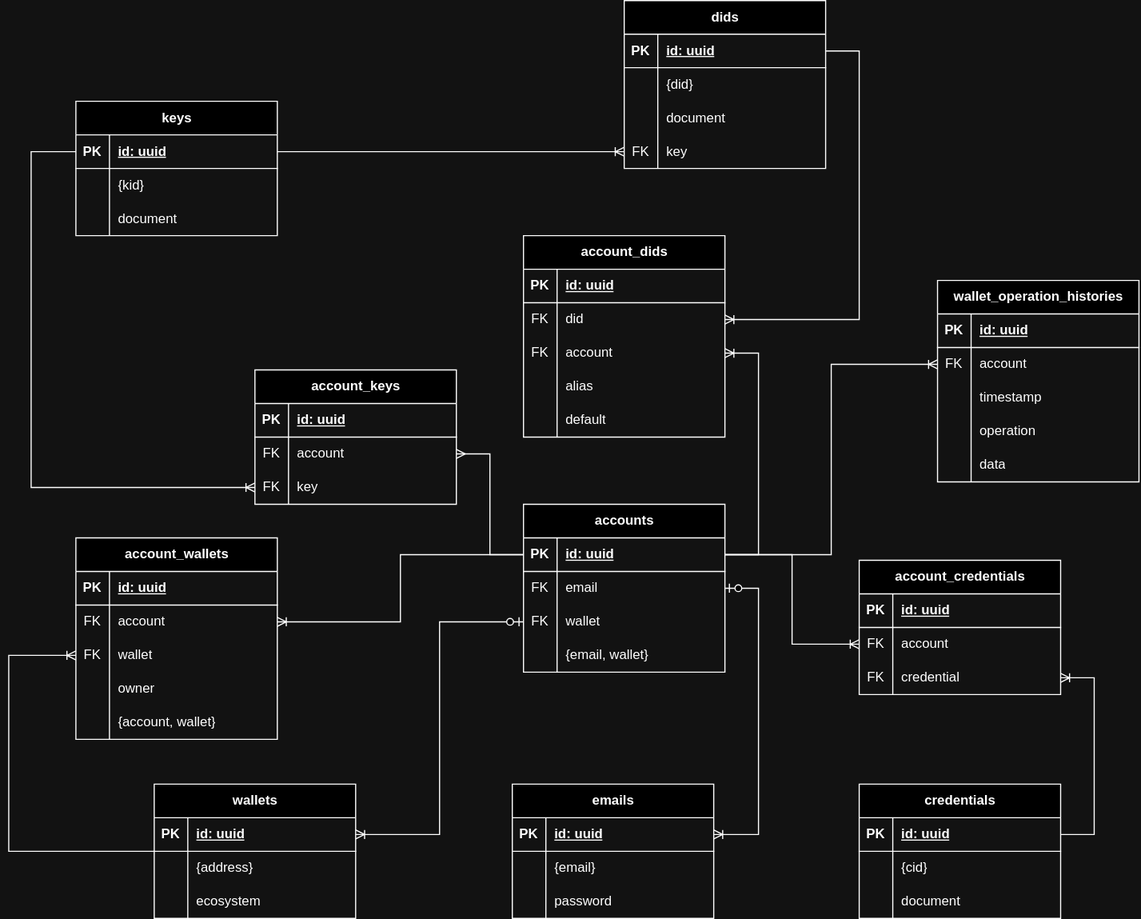
Before: src/main/resources/wallet-erd.drawio.svg, a diagram exported from draw.io (walt-id/waltid-web-wallet). Source tidied: cells renumbered, new cells last; positions are measured from the earlier drawing's top-left corner, leaving out a move shared by most shapes.
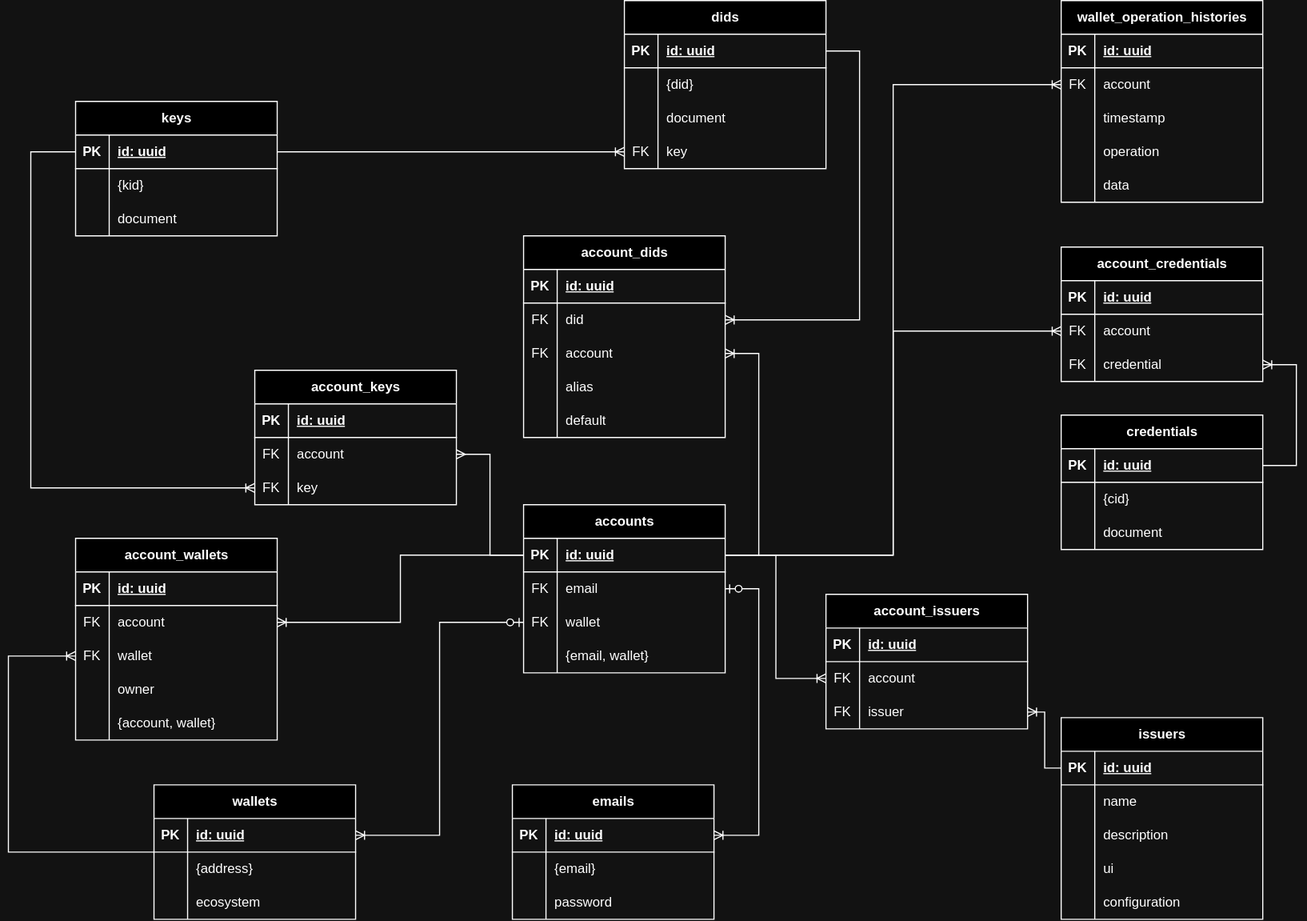
Above is the later version.

The edit, as a diff of the source:
```diff
@@ -132,7 +132,7 @@
       <mxGeometry x="30" width="150" height="30" as="geometry" />
     </mxCell>
     <mxCell id="45" value="credentials" style="shape=table;startSize=30;rowLines=0;fontStyle=1;align=center;html=1;" parent="1" vertex="1">
-      <mxGeometry x="760" y="700" width="180" height="120" as="geometry" />
+      <mxGeometry x="940" y="370" width="180" height="120" as="geometry" />
     </mxCell>
     <mxCell id="46" style="shape=tableRow;horizontal=0;startSize=0;swimlaneHead=0;swimlaneBody=0;fillColor=none;points=[[0,0.5],[1,0.5]];portConstraint=eastwest;top=0;left=0;right=0;bottom=1;" parent="45" vertex="1">
       <mxGeometry y="30" width="180" height="30" as="geometry" />
@@ -162,7 +162,7 @@
       <mxGeometry x="30" width="150" height="30" as="geometry" />
     </mxCell>
     <mxCell id="55" value="wallet_operation_histories" style="shape=table;startSize=30;rowLines=0;fontStyle=1;align=center;html=1;" parent="1" vertex="1">
-      <mxGeometry x="830" y="250" width="180" height="180" as="geometry" />
+      <mxGeometry x="940" width="180" height="180" as="geometry" />
     </mxCell>
     <mxCell id="56" style="shape=tableRow;horizontal=0;startSize=0;swimlaneHead=0;swimlaneBody=0;fillColor=none;top=0;left=0;right=0;bottom=1;" parent="55" vertex="1">
       <mxGeometry y="30" width="180" height="30" as="geometry" />
@@ -375,7 +375,7 @@
       <mxGeometry x="30" width="150" height="30" as="geometry" />
     </mxCell>
     <mxCell id="126" value="account_credentials" style="shape=table;startSize=30;rowLines=0;fontStyle=1;align=center;html=1;" parent="1" vertex="1">
-      <mxGeometry x="760" y="500" width="180" height="120" as="geometry" />
+      <mxGeometry x="940" y="220" width="180" height="120" as="geometry" />
     </mxCell>
     <mxCell id="127" style="shape=tableRow;horizontal=0;startSize=0;swimlaneHead=0;swimlaneBody=0;fillColor=none;top=0;left=0;right=0;bottom=1;" parent="126" vertex="1">
       <mxGeometry y="30" width="180" height="30" as="geometry" />
@@ -448,5 +448,89 @@
     <mxCell id="147" style="edgeStyle=orthogonalEdgeStyle;fontSize=12;html=1;endArrow=ERoneToMany;rounded=0;" parent="1" edge="1" source="72" target="59">
       <mxGeometry relative="1" as="geometry" />
     </mxCell>
+    <mxCell id="148" value="account_issuers" style="shape=table;startSize=30;rowLines=0;fontStyle=1;align=center;html=1;" parent="1" vertex="1">
+      <mxGeometry x="730" y="530" width="180" height="120" as="geometry" />
+    </mxCell>
+    <mxCell id="149" style="shape=tableRow;horizontal=0;startSize=0;swimlaneHead=0;swimlaneBody=0;fillColor=none;top=0;left=0;right=0;bottom=1;" parent="148" vertex="1">
+      <mxGeometry y="30" width="180" height="30" as="geometry" />
+    </mxCell>
+    <mxCell id="150" value="PK" style="shape=partialRectangle;fillColor=none;top=0;left=0;bottom=0;right=0;fontStyle=1;overflow=hidden;whiteSpace=wrap;html=1;" parent="149" vertex="1">
+      <mxGeometry width="30" height="30" as="geometry" />
+    </mxCell>
+    <mxCell id="151" value="id: uuid" style="shape=partialRectangle;fillColor=none;top=0;left=0;bottom=0;right=0;align=left;spacingLeft=6;fontStyle=5;overflow=hidden;whiteSpace=wrap;html=1;" parent="149" vertex="1">
+      <mxGeometry x="30" width="150" height="30" as="geometry" />
+    </mxCell>
+    <mxCell id="152" style="shape=tableRow;horizontal=0;startSize=0;swimlaneHead=0;swimlaneBody=0;fillColor=none;points=[[0,0.5],[1,0.5]];portConstraint=eastwest;top=0;left=0;right=0;bottom=0;" parent="148" vertex="1">
+      <mxGeometry y="60" width="180" height="30" as="geometry" />
+    </mxCell>
+    <mxCell id="153" value="FK" style="shape=partialRectangle;fillColor=none;top=0;left=0;bottom=0;right=0;overflow=hidden;whiteSpace=wrap;html=1;" parent="152" vertex="1">
+      <mxGeometry width="30" height="30" as="geometry" />
+    </mxCell>
+    <mxCell id="154" value="account" style="shape=partialRectangle;fillColor=none;top=0;left=0;bottom=0;right=0;align=left;spacingLeft=6;overflow=hidden;whiteSpace=wrap;html=1;" parent="152" vertex="1">
+      <mxGeometry x="30" width="150" height="30" as="geometry" />
+    </mxCell>
+    <mxCell id="155" style="shape=tableRow;horizontal=0;startSize=0;swimlaneHead=0;swimlaneBody=0;fillColor=none;points=[[0,0.5],[1,0.5]];portConstraint=eastwest;top=0;left=0;right=0;bottom=0;" parent="148" vertex="1">
+      <mxGeometry y="90" width="180" height="30" as="geometry" />
+    </mxCell>
+    <mxCell id="156" value="FK" style="shape=partialRectangle;fillColor=none;top=0;left=0;bottom=0;right=0;overflow=hidden;whiteSpace=wrap;html=1;" parent="155" vertex="1">
+      <mxGeometry width="30" height="30" as="geometry" />
+    </mxCell>
+    <mxCell id="157" value="issuer" style="shape=partialRectangle;fillColor=none;top=0;left=0;bottom=0;right=0;align=left;spacingLeft=6;overflow=hidden;whiteSpace=wrap;html=1;" parent="155" vertex="1">
+      <mxGeometry x="30" width="150" height="30" as="geometry" />
+    </mxCell>
+    <mxCell id="158" value="issuers" style="shape=table;startSize=30;rowLines=0;fontStyle=1;align=center;html=1;" parent="1" vertex="1">
+      <mxGeometry x="940" y="640" width="180" height="180" as="geometry" />
+    </mxCell>
+    <mxCell id="159" style="shape=tableRow;horizontal=0;startSize=0;swimlaneHead=0;swimlaneBody=0;fillColor=none;points=[[0,0.5],[1,0.5]];portConstraint=eastwest;top=0;left=0;right=0;bottom=1;" parent="158" vertex="1">
+      <mxGeometry y="30" width="180" height="30" as="geometry" />
+    </mxCell>
+    <mxCell id="160" value="PK" style="shape=partialRectangle;fillColor=none;top=0;left=0;bottom=0;right=0;fontStyle=1;overflow=hidden;whiteSpace=wrap;html=1;" parent="159" vertex="1">
+      <mxGeometry width="30" height="30" as="geometry" />
+    </mxCell>
+    <mxCell id="161" value="id: uuid" style="shape=partialRectangle;fillColor=none;top=0;left=0;bottom=0;right=0;align=left;spacingLeft=6;fontStyle=5;overflow=hidden;whiteSpace=wrap;html=1;" parent="159" vertex="1">
+      <mxGeometry x="30" width="150" height="30" as="geometry" />
+    </mxCell>
+    <mxCell id="162" style="shape=tableRow;horizontal=0;startSize=0;swimlaneHead=0;swimlaneBody=0;fillColor=none;top=0;left=0;right=0;bottom=0;" parent="158" vertex="1">
+      <mxGeometry y="60" width="180" height="30" as="geometry" />
+    </mxCell>
+    <mxCell id="163" style="shape=partialRectangle;fillColor=none;top=0;left=0;bottom=0;right=0;overflow=hidden;whiteSpace=wrap;html=1;" parent="162" vertex="1">
+      <mxGeometry width="30" height="30" as="geometry" />
+    </mxCell>
+    <mxCell id="164" value="name" style="shape=partialRectangle;fillColor=none;top=0;left=0;bottom=0;right=0;align=left;spacingLeft=6;overflow=hidden;whiteSpace=wrap;html=1;" parent="162" vertex="1">
+      <mxGeometry x="30" width="150" height="30" as="geometry" />
+    </mxCell>
+    <mxCell id="165" style="shape=tableRow;horizontal=0;startSize=0;swimlaneHead=0;swimlaneBody=0;fillColor=none;top=0;left=0;right=0;bottom=0;" parent="158" vertex="1">
+      <mxGeometry y="90" width="180" height="30" as="geometry" />
+    </mxCell>
+    <mxCell id="166" style="shape=partialRectangle;fillColor=none;top=0;left=0;bottom=0;right=0;overflow=hidden;whiteSpace=wrap;html=1;" parent="165" vertex="1">
+      <mxGeometry width="30" height="30" as="geometry" />
+    </mxCell>
+    <mxCell id="167" value="description" style="shape=partialRectangle;fillColor=none;top=0;left=0;bottom=0;right=0;align=left;spacingLeft=6;overflow=hidden;whiteSpace=wrap;html=1;" parent="165" vertex="1">
+      <mxGeometry x="30" width="150" height="30" as="geometry" />
+    </mxCell>
+    <mxCell id="168" style="shape=tableRow;horizontal=0;startSize=0;swimlaneHead=0;swimlaneBody=0;fillColor=none;top=0;left=0;right=0;bottom=0;" parent="158" vertex="1">
+      <mxGeometry y="120" width="180" height="30" as="geometry" />
+    </mxCell>
+    <mxCell id="169" style="shape=partialRectangle;fillColor=none;top=0;left=0;bottom=0;right=0;overflow=hidden;whiteSpace=wrap;html=1;" parent="168" vertex="1">
+      <mxGeometry width="30" height="30" as="geometry" />
+    </mxCell>
+    <mxCell id="170" value="ui" style="shape=partialRectangle;fillColor=none;top=0;left=0;bottom=0;right=0;align=left;spacingLeft=6;overflow=hidden;whiteSpace=wrap;html=1;" parent="168" vertex="1">
+      <mxGeometry x="30" width="150" height="30" as="geometry" />
+    </mxCell>
+    <mxCell id="171" style="shape=tableRow;horizontal=0;startSize=0;swimlaneHead=0;swimlaneBody=0;fillColor=none;top=0;left=0;right=0;bottom=0;" parent="158" vertex="1">
+      <mxGeometry y="150" width="180" height="30" as="geometry" />
+    </mxCell>
+    <mxCell id="172" style="shape=partialRectangle;fillColor=none;top=0;left=0;bottom=0;right=0;overflow=hidden;whiteSpace=wrap;html=1;" parent="171" vertex="1">
+      <mxGeometry width="30" height="30" as="geometry" />
+    </mxCell>
+    <mxCell id="173" value="configuration" style="shape=partialRectangle;fillColor=none;top=0;left=0;bottom=0;right=0;align=left;spacingLeft=6;overflow=hidden;whiteSpace=wrap;html=1;" parent="171" vertex="1">
+      <mxGeometry x="30" width="150" height="30" as="geometry" />
+    </mxCell>
+    <mxCell id="174" style="edgeStyle=elbowEdgeStyle;fontSize=12;html=1;endArrow=ERoneToMany;rounded=0;" parent="1" edge="1" source="72" target="152">
+      <mxGeometry relative="1" as="geometry" />
+    </mxCell>
+    <mxCell id="175" style="edgeStyle=elbowEdgeStyle;fontSize=12;html=1;endArrow=ERoneToMany;rounded=0;" parent="1" edge="1" source="159" target="155">
+      <mxGeometry relative="1" as="geometry" />
+    </mxCell>
   </root>
 </mxGraphModel>
```
